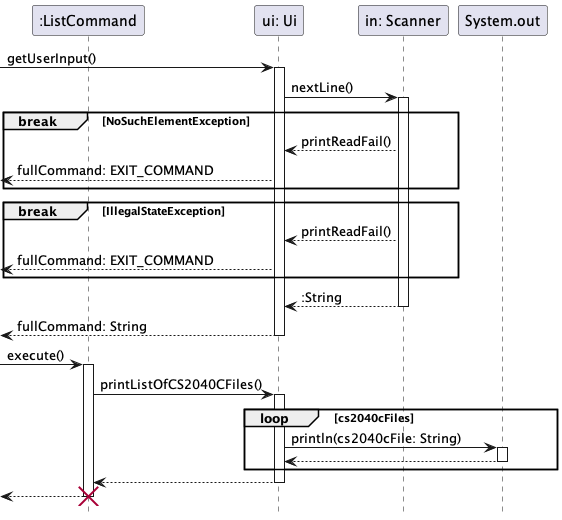
Before: docs/sequence-diagrams/diagrams/Ui.png, a diagram exported from PlantUML (ong-ck/tp).
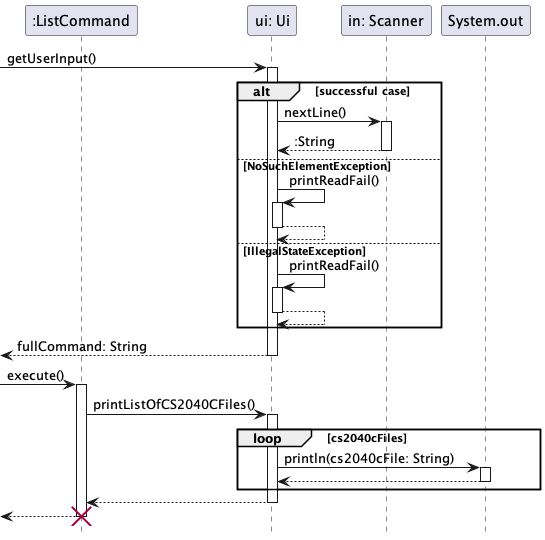
The same file after the commit.

Commit message:
Refactor break to alt in Ui sequence diagram

Change to the diagram source:
```diff
@@ -8,20 +8,19 @@
 
 -> Ui: getUserInput()
 activate Ui
+alt successful case
     Ui -> Scanner: nextLine()
     activate Scanner
-
-    break NoSuchElementException
-    Ui <-- Scanner : printReadFail()
-    <-- Ui : fullCommand: EXIT_COMMAND
-    end
-
-    break IllegalStateException
-    Ui <-- Scanner : printReadFail()
-    <-- Ui : fullCommand: EXIT_COMMAND
-    end
-
     return :String
+else NoSuchElementException
+    Ui -> Ui : printReadFail()
+    activate Ui
+    return
+else IllegalStateException
+    Ui -> Ui : printReadFail()
+    activate Ui
+    return
+end
 return fullCommand: String
 
 -> ListCommand: execute()
@@ -35,6 +34,7 @@
         end
     return
 return
+
 destroy ListCommand
 
 @enduml
```
